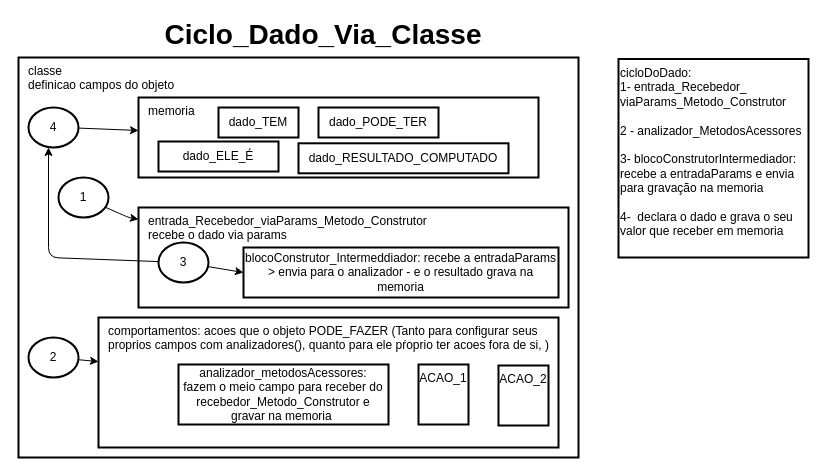
This is _notas_/diagramas/ciclo.dado.drawio from rzjprogramador/java, a draw.io file, before an edit. Source tidied: cells renumbered, new cells numbered last; positions are measured from the earlier drawing's top-left corner, leaving out a move shared by most shapes. Both pictures are drawn from the tidied source at 100%, with x=0, y=0 at pixel (18, 19).
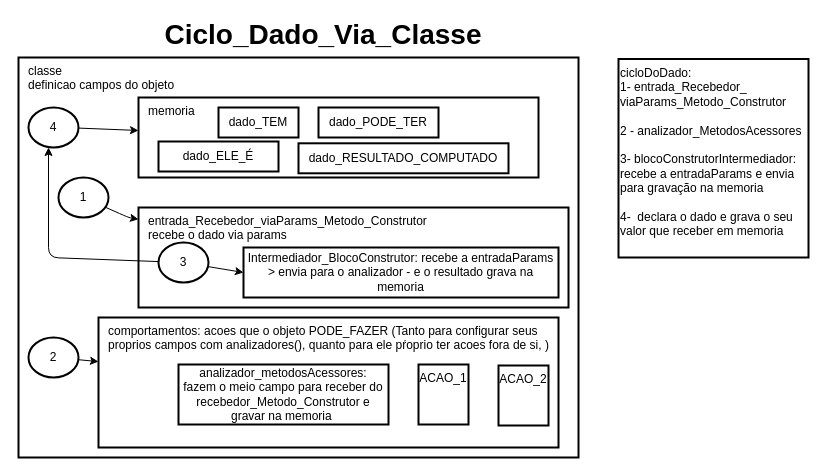
After the change.

Change to the diagram source:
```diff
@@
-    <mxCell id="20" value="blocoConstrutor_Intermeddiador: recebe a entradaParams &amp;gt; envia para o analizador - e o resultado grava na memoria" style="text;html=1;align=center;verticalAlign=middle;whiteSpace=wrap;rounded=0;strokeColor=default;strokeWidth=2;" parent="1" vertex="1">
+    <mxCell id="20" value="Intermediador_BlocoConstrutor: recebe a entradaParams &amp;gt; envia para o analizador - e o resultado grava na memoria" style="text;html=1;align=center;verticalAlign=middle;whiteSpace=wrap;rounded=0;strokeColor=default;strokeWidth=2;" parent="1" vertex="1">
       <mxGeometry x="225" y="228" width="315" height="50" as="geometry" />
     </mxCell>
```
